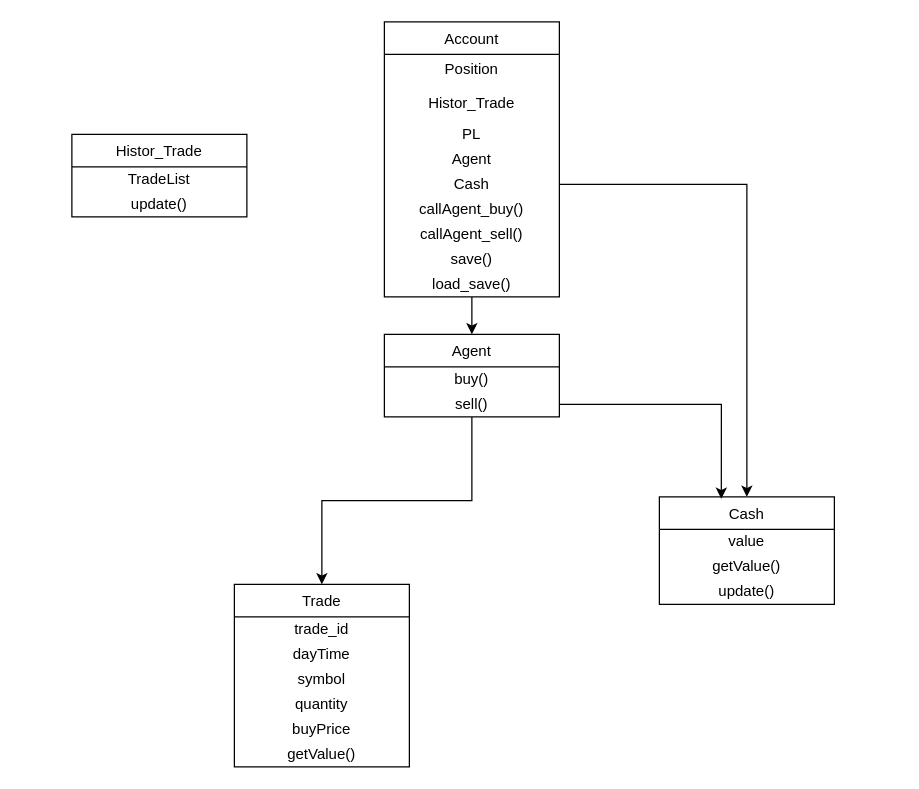
MyName-isHello/stockDashbord keeps this draw.io diagram as Class_diagrams.drawio. Above is the earlier version. Source tidied: cells renumbered, new cells numbered last; positions are measured from the earlier drawing's top-left corner, leaving out a move shared by most shapes. Both pictures are drawn from the tidied source at 125%, with x=0, y=0 at pixel (71, 21).
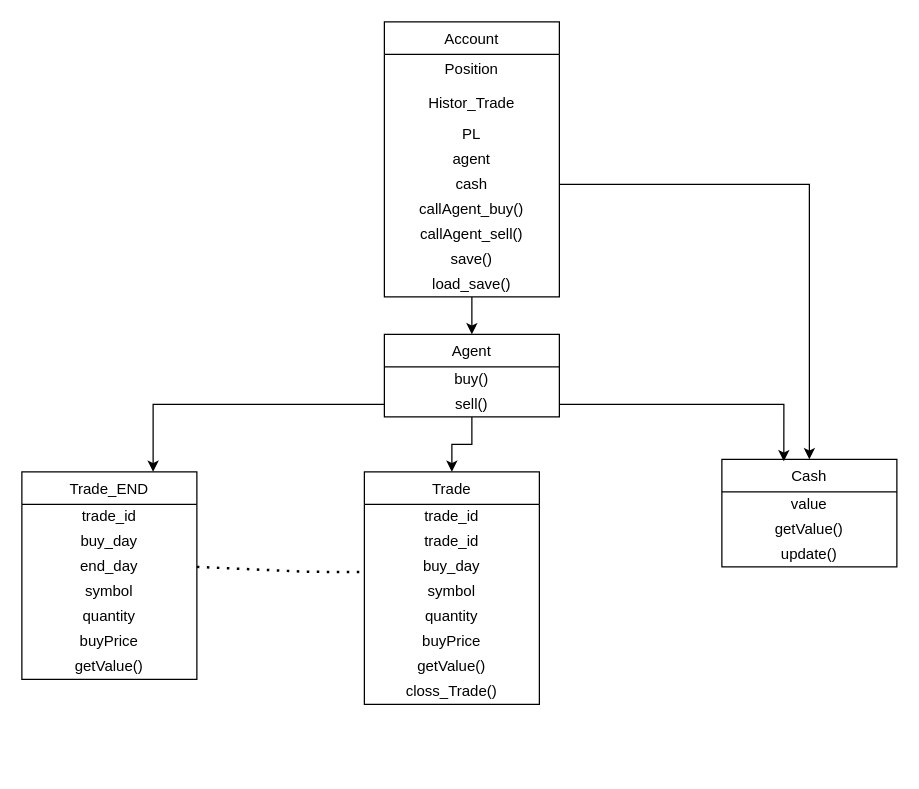
The same page after the edit.

Commit message (it also covers changes not shown here):
this my mac code file

The change refers to these unchanged cells:
```xml
<mxCell id="2" value="Account" style="swimlane;fontStyle=0;horizontal=1;startSize=26;" parent="1" vertex="1">
  <mxGeometry x="250" width="140" height="220" as="geometry" />
</mxCell>
<mxCell id="21" value="sell()" style="text;html=1;strokeColor=none;fillColor=none;align=center;verticalAlign=middle;whiteSpace=wrap;rounded=0;" parent="19" vertex="1">
  <mxGeometry y="46" width="140" height="20" as="geometry" />
</mxCell>
```

Change to the diagram source:
```diff
@@
-    <mxCell id="6" value="Agent" style="text;html=1;strokeColor=none;fillColor=none;align=center;verticalAlign=middle;whiteSpace=wrap;rounded=0;" parent="2" vertex="1">
+    <mxCell id="6" value="agent" style="text;html=1;strokeColor=none;fillColor=none;align=center;verticalAlign=middle;whiteSpace=wrap;rounded=0;" parent="2" vertex="1">
       <mxGeometry y="100" width="140" height="20" as="geometry" />
     </mxCell>
-    <mxCell id="7" value="Cash" style="text;html=1;strokeColor=none;fillColor=none;align=center;verticalAlign=middle;whiteSpace=wrap;rounded=0;" parent="2" vertex="1">
+    <mxCell id="7" value="cash" style="text;html=1;strokeColor=none;fillColor=none;align=center;verticalAlign=middle;whiteSpace=wrap;rounded=0;" parent="2" vertex="1">
       <mxGeometry y="120" width="140" height="20" as="geometry" />
     </mxCell>
@@
     <mxCell id="12" value="Trade" style="swimlane;fontStyle=0;horizontal=1;startSize=26;" parent="1" vertex="1">
-      <mxGeometry x="130" y="450" width="140" height="146" as="geometry" />
+      <mxGeometry x="234" y="360" width="140" height="186" as="geometry" />
     </mxCell>
@@
+    <mxCell id="33" value="trade_id" style="text;html=1;strokeColor=none;fillColor=none;align=center;verticalAlign=middle;whiteSpace=wrap;rounded=0;" parent="12" vertex="1">
+      <mxGeometry y="46" width="140" height="20" as="geometry" />
+    </mxCell>
-    <mxCell id="14" value="&lt;span style=&quot;text-align: left&quot;&gt;dayTime&lt;/span&gt;" style="text;html=1;strokeColor=none;fillColor=none;align=center;verticalAlign=middle;whiteSpace=wrap;rounded=0;" parent="12" vertex="1">
-      <mxGeometry y="46" width="140" height="20" as="geometry" />
+    <mxCell id="14" value="&lt;span style=&quot;text-align: left&quot;&gt;buy_day&lt;/span&gt;" style="text;html=1;strokeColor=none;fillColor=none;align=center;verticalAlign=middle;whiteSpace=wrap;rounded=0;" parent="12" vertex="1">
+      <mxGeometry y="66" width="140" height="20" as="geometry" />
     </mxCell>
     <mxCell id="15" value="symbol" style="text;html=1;strokeColor=none;fillColor=none;align=center;verticalAlign=middle;whiteSpace=wrap;rounded=0;" parent="12" vertex="1">
-      <mxGeometry y="66" width="140" height="20" as="geometry" />
+      <mxGeometry y="86" width="140" height="20" as="geometry" />
     </mxCell>
+    <mxCell id="34" style="endArrow=none;dashed=1;html=1;dashPattern=1 3;strokeWidth=2;exitX=1;exitY=0.5;exitDx=0;exitDy=0;" parent="12" edge="1" source="39">
+      <mxGeometry relative="1" as="geometry">
+        <mxPoint y="80" as="targetPoint" />
+        <Array as="points">
+          <mxPoint x="-44" y="80" />
+        </Array>
+      </mxGeometry>
+    </mxCell>
     <mxCell id="16" value="quantity" style="text;html=1;strokeColor=none;fillColor=none;align=center;verticalAlign=middle;whiteSpace=wrap;rounded=0;" parent="12" vertex="1">
-      <mxGeometry y="86" width="140" height="20" as="geometry" />
+      <mxGeometry y="106" width="140" height="20" as="geometry" />
     </mxCell>
     <mxCell id="17" value="buyPrice" style="text;html=1;strokeColor=none;fillColor=none;align=center;verticalAlign=middle;whiteSpace=wrap;rounded=0;" parent="12" vertex="1">
-      <mxGeometry y="106" width="140" height="20" as="geometry" />
+      <mxGeometry y="126" width="140" height="20" as="geometry" />
     </mxCell>
     <mxCell id="18" value="getValue()" style="text;html=1;strokeColor=none;fillColor=none;align=center;verticalAlign=middle;whiteSpace=wrap;rounded=0;" parent="12" vertex="1">
-      <mxGeometry y="126" width="140" height="20" as="geometry" />
+      <mxGeometry y="146" width="140" height="20" as="geometry" />
     </mxCell>
+    <mxCell id="35" value="closs_Trade()" style="text;html=1;strokeColor=none;fillColor=none;align=center;verticalAlign=middle;whiteSpace=wrap;rounded=0;" parent="12" vertex="1">
+      <mxGeometry y="166" width="140" height="20" as="geometry" />
+    </mxCell>
@@
     <mxCell id="24" value="Cash" style="swimlane;fontStyle=0;horizontal=1;startSize=26;" parent="1" vertex="1">
-      <mxGeometry x="470" y="380" width="140" height="86" as="geometry" />
+      <mxGeometry x="520" y="350" width="140" height="86" as="geometry" />
     </mxCell>
@@
-    <mxCell id="30" value="Histor_Trade" style="swimlane;fontStyle=0;horizontal=1;startSize=26;" parent="1" vertex="1">
-      <mxGeometry y="90" width="140" height="66" as="geometry" />
-    </mxCell>
-    <mxCell id="31" value="TradeList" style="text;html=1;strokeColor=none;fillColor=none;align=center;verticalAlign=middle;whiteSpace=wrap;rounded=0;" parent="30" vertex="1">
-      <mxGeometry y="26" width="140" height="20" as="geometry" />
-    </mxCell>
-    <mxCell id="32" value="update()" style="text;html=1;strokeColor=none;fillColor=none;align=center;verticalAlign=middle;whiteSpace=wrap;rounded=0;" parent="30" vertex="1">
-      <mxGeometry y="46" width="140" height="20" as="geometry" />
-    </mxCell>
+    <mxCell id="36" value="Trade_END" style="swimlane;fontStyle=0;horizontal=1;startSize=26;" parent="1" vertex="1">
+      <mxGeometry x="-40" y="360" width="140" height="166" as="geometry" />
+    </mxCell>
+    <mxCell id="37" value="trade_id" style="text;html=1;strokeColor=none;fillColor=none;align=center;verticalAlign=middle;whiteSpace=wrap;rounded=0;" parent="36" vertex="1">
+      <mxGeometry y="26" width="140" height="20" as="geometry" />
+    </mxCell>
+    <mxCell id="38" value="&lt;span style=&quot;text-align: left&quot;&gt;buy_day&lt;/span&gt;" style="text;html=1;strokeColor=none;fillColor=none;align=center;verticalAlign=middle;whiteSpace=wrap;rounded=0;" parent="36" vertex="1">
+      <mxGeometry y="46" width="140" height="20" as="geometry" />
+    </mxCell>
+    <mxCell id="39" value="end_day" style="text;html=1;strokeColor=none;fillColor=none;align=center;verticalAlign=middle;whiteSpace=wrap;rounded=0;" parent="36" vertex="1">
+      <mxGeometry y="66" width="140" height="20" as="geometry" />
+    </mxCell>
+    <mxCell id="40" value="symbol" style="text;html=1;strokeColor=none;fillColor=none;align=center;verticalAlign=middle;whiteSpace=wrap;rounded=0;" parent="36" vertex="1">
+      <mxGeometry y="86" width="140" height="20" as="geometry" />
+    </mxCell>
+    <mxCell id="41" value="quantity" style="text;html=1;strokeColor=none;fillColor=none;align=center;verticalAlign=middle;whiteSpace=wrap;rounded=0;" parent="36" vertex="1">
+      <mxGeometry y="106" width="140" height="20" as="geometry" />
+    </mxCell>
+    <mxCell id="42" value="buyPrice" style="text;html=1;strokeColor=none;fillColor=none;align=center;verticalAlign=middle;whiteSpace=wrap;rounded=0;" parent="36" vertex="1">
+      <mxGeometry y="126" width="140" height="20" as="geometry" />
+    </mxCell>
+    <mxCell id="43" value="getValue()" style="text;html=1;strokeColor=none;fillColor=none;align=center;verticalAlign=middle;whiteSpace=wrap;rounded=0;" parent="36" vertex="1">
+      <mxGeometry y="146" width="140" height="20" as="geometry" />
+    </mxCell>
+    <mxCell id="44" style="edgeStyle=orthogonalEdgeStyle;rounded=0;jettySize=auto;html=1;exitX=0;exitY=0.5;exitDx=0;exitDy=0;entryX=0.75;entryY=0;entryDx=0;entryDy=0;" parent="1" edge="1" source="21" target="36">
+      <mxGeometry relative="1" as="geometry" />
+    </mxCell>
```
